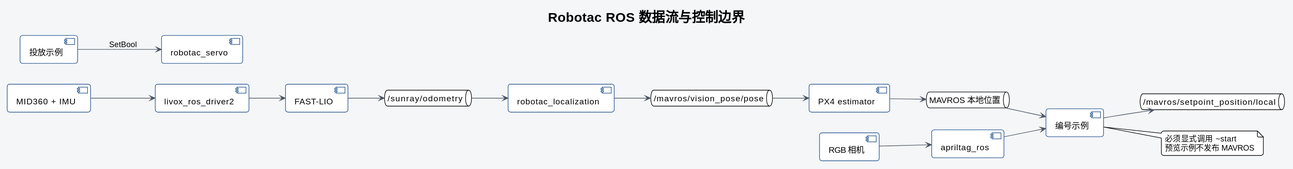
Before: docs/assets/plantuml/project-overview.svg, a diagram exported from PlantUML (6hao666/robotac).
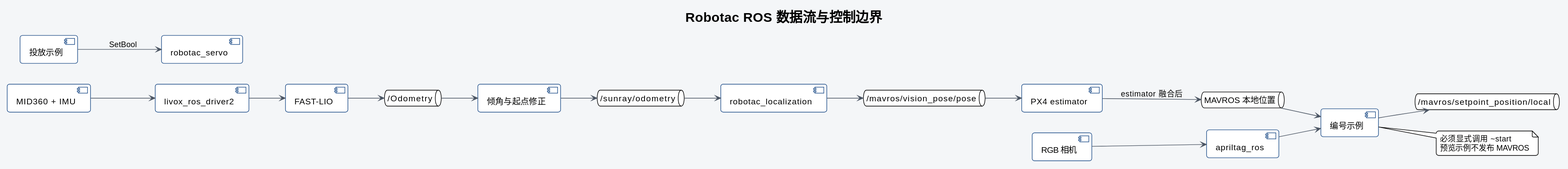
After the commit.

Diff of the diagram source:
```diff
@@ -12,6 +12,8 @@
 component "MID360 + IMU" as lidar
 component "livox_ros_driver2" as livox
 component "FAST-LIO" as fastlio
+queue "/Odometry" as rawodom
+component "倾角与起点修正" as correction
 queue "/sunray/odometry" as odom
 component "robotac_localization" as localization
 queue "/mavros/vision_pose/pose" as vision
@@ -25,11 +27,13 @@
 component "robotac_servo" as servo
 lidar --> livox
 livox --> fastlio
-fastlio --> odom
+fastlio --> rawodom
+rawodom --> correction
+correction --> odom
 odom --> localization
 localization --> vision
 vision --> px4
-px4 --> local
+px4 --> local : estimator 融合后
 camera --> tag
 tag --> examples
 local --> examples
```
